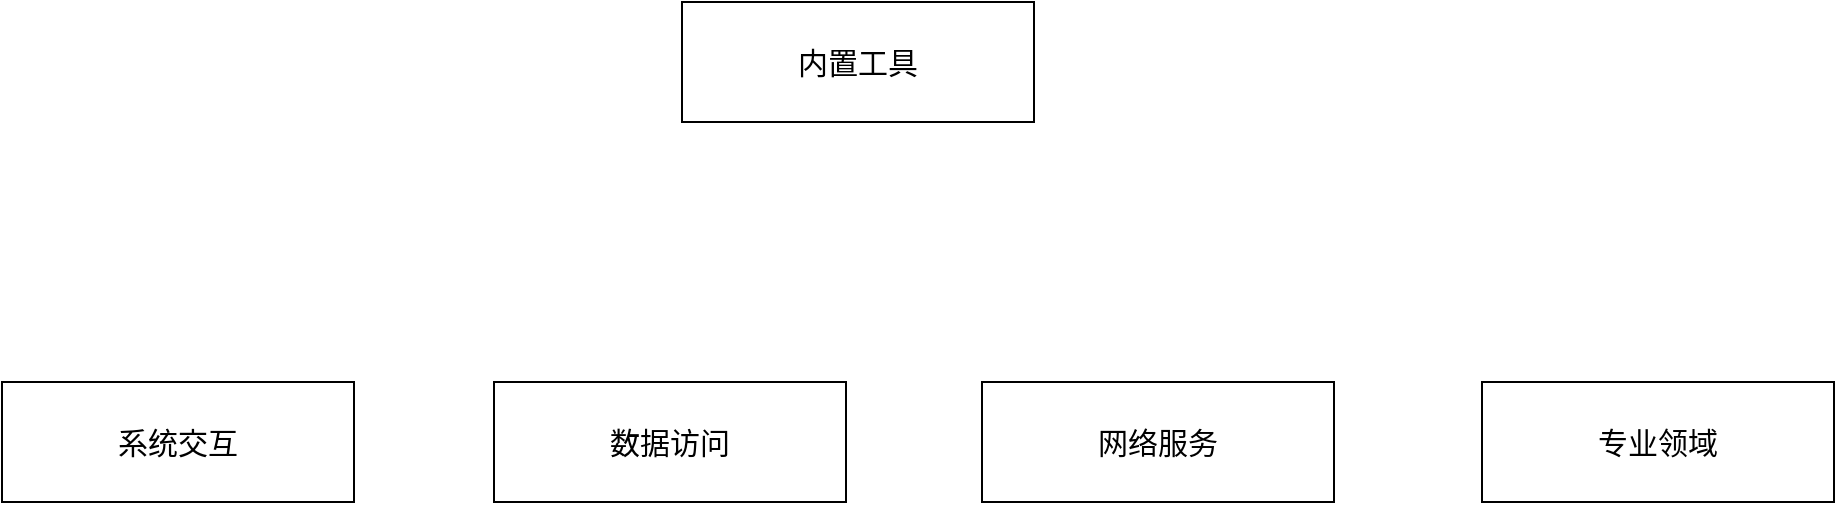
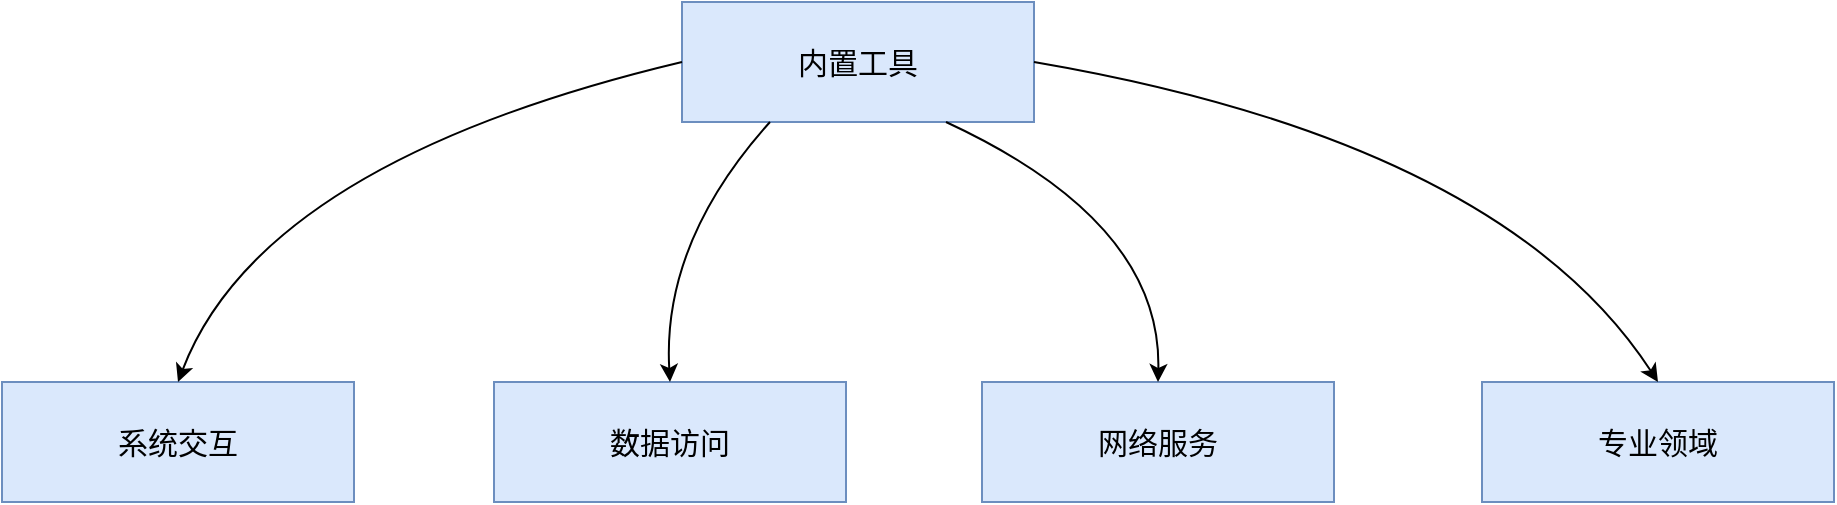
<mxfile host="app.diagrams.net">
  <diagram name="第 1 页" id="7YFVvg6ivD0uYwB_1lpa">
    <mxGraphModel dx="1414" dy="751" grid="1" gridSize="10" guides="1" tooltips="1" connect="1" arrows="1" fold="1" page="1" pageScale="1" pageWidth="827" pageHeight="1169" math="0" shadow="0">
      <root>
        <mxCell id="0" />
        <mxCell id="1" parent="0" />
-         <mxCell id="sy2WSbZfNriTr9-zFDMq-1" parent="1" style="rounded=0;whiteSpace=wrap;html=1;fontSize=15;" value="内置工具" vertex="1">
+         <mxCell id="sy2WSbZfNriTr9-zFDMq-1" parent="1" style="rounded=0;whiteSpace=wrap;html=1;fontSize=15;fillColor=#dae8fc;strokeColor=#6c8ebf;" value="内置工具" vertex="1">
          <mxGeometry height="60" width="176" x="420" y="160" as="geometry" />
        </mxCell>
-         <mxCell id="sy2WSbZfNriTr9-zFDMq-3" parent="1" style="rounded=0;whiteSpace=wrap;html=1;fontSize=15;" value="系统交互" vertex="1">
+         <mxCell id="sy2WSbZfNriTr9-zFDMq-3" parent="1" style="rounded=0;whiteSpace=wrap;html=1;fontSize=15;fillColor=#dae8fc;strokeColor=#6c8ebf;" value="系统交互" vertex="1">
          <mxGeometry height="60" width="176" x="80" y="350" as="geometry" />
        </mxCell>
-         <mxCell id="sy2WSbZfNriTr9-zFDMq-4" parent="1" style="rounded=0;whiteSpace=wrap;html=1;fontSize=15;" value="数据访问" vertex="1">
+         <mxCell id="sy2WSbZfNriTr9-zFDMq-4" parent="1" style="rounded=0;whiteSpace=wrap;html=1;fontSize=15;fillColor=#dae8fc;strokeColor=#6c8ebf;" value="数据访问" vertex="1">
          <mxGeometry height="60" width="176" x="326" y="350" as="geometry" />
        </mxCell>
-         <mxCell id="sy2WSbZfNriTr9-zFDMq-5" parent="1" style="rounded=0;whiteSpace=wrap;html=1;fontSize=15;" value="网络服务" vertex="1">
+         <mxCell id="sy2WSbZfNriTr9-zFDMq-5" parent="1" style="rounded=0;whiteSpace=wrap;html=1;fontSize=15;fillColor=#dae8fc;strokeColor=#6c8ebf;" value="网络服务" vertex="1">
          <mxGeometry height="60" width="176" x="570" y="350" as="geometry" />
        </mxCell>
-         <mxCell id="sy2WSbZfNriTr9-zFDMq-6" parent="1" style="rounded=0;whiteSpace=wrap;html=1;fontSize=15;" value="专业领域" vertex="1">
+         <mxCell id="sy2WSbZfNriTr9-zFDMq-6" parent="1" style="rounded=0;whiteSpace=wrap;html=1;fontSize=15;fillColor=#dae8fc;strokeColor=#6c8ebf;" value="专业领域" vertex="1">
          <mxGeometry height="60" width="176" x="820" y="350" as="geometry" />
+         </mxCell>
+         <mxCell id="908IxWjMCxaP0Z-_gWaL-1" edge="1" parent="1" source="sy2WSbZfNriTr9-zFDMq-1" style="endArrow=classic;html=1;rounded=0;exitX=0;exitY=0.5;exitDx=0;exitDy=0;entryX=0.5;entryY=0;entryDx=0;entryDy=0;curved=1;" target="sy2WSbZfNriTr9-zFDMq-3" value="">
+           <mxGeometry height="50" relative="1" width="50" as="geometry">
+             <Array as="points">
+               <mxPoint x="210" y="240" />
+             </Array>
+             <mxPoint x="130" y="240" as="sourcePoint" />
+             <mxPoint x="180" y="190" as="targetPoint" />
+           </mxGeometry>
+         </mxCell>
+         <mxCell id="908IxWjMCxaP0Z-_gWaL-2" edge="1" parent="1" source="sy2WSbZfNriTr9-zFDMq-1" style="endArrow=classic;html=1;rounded=0;exitX=0.25;exitY=1;exitDx=0;exitDy=0;entryX=0.5;entryY=0;entryDx=0;entryDy=0;curved=1;" target="sy2WSbZfNriTr9-zFDMq-4" value="">
+           <mxGeometry height="50" relative="1" width="50" as="geometry">
+             <Array as="points">
+               <mxPoint x="410" y="280" />
+             </Array>
+             <mxPoint x="670" y="280" as="sourcePoint" />
+             <mxPoint x="720" y="230" as="targetPoint" />
+           </mxGeometry>
+         </mxCell>
+         <mxCell id="908IxWjMCxaP0Z-_gWaL-3" edge="1" parent="1" source="sy2WSbZfNriTr9-zFDMq-1" style="endArrow=classic;html=1;rounded=0;exitX=0.75;exitY=1;exitDx=0;exitDy=0;entryX=0.5;entryY=0;entryDx=0;entryDy=0;curved=1;" target="sy2WSbZfNriTr9-zFDMq-5" value="">
+           <mxGeometry height="50" relative="1" width="50" as="geometry">
+             <Array as="points">
+               <mxPoint x="660" y="270" />
+             </Array>
+             <mxPoint x="780" y="300" as="sourcePoint" />
+             <mxPoint x="830" y="250" as="targetPoint" />
+           </mxGeometry>
+         </mxCell>
+         <mxCell id="908IxWjMCxaP0Z-_gWaL-4" edge="1" parent="1" source="sy2WSbZfNriTr9-zFDMq-1" style="endArrow=classic;html=1;rounded=0;exitX=1;exitY=0.5;exitDx=0;exitDy=0;entryX=0.5;entryY=0;entryDx=0;entryDy=0;curved=1;" target="sy2WSbZfNriTr9-zFDMq-6" value="">
+           <mxGeometry height="50" relative="1" width="50" as="geometry">
+             <Array as="points">
+               <mxPoint x="830" y="230" />
+             </Array>
+             <mxPoint x="760" y="220" as="sourcePoint" />
+             <mxPoint x="810" y="170" as="targetPoint" />
+           </mxGeometry>
        </mxCell>
      </root>
    </mxGraphModel>
  </diagram>
</mxfile>
